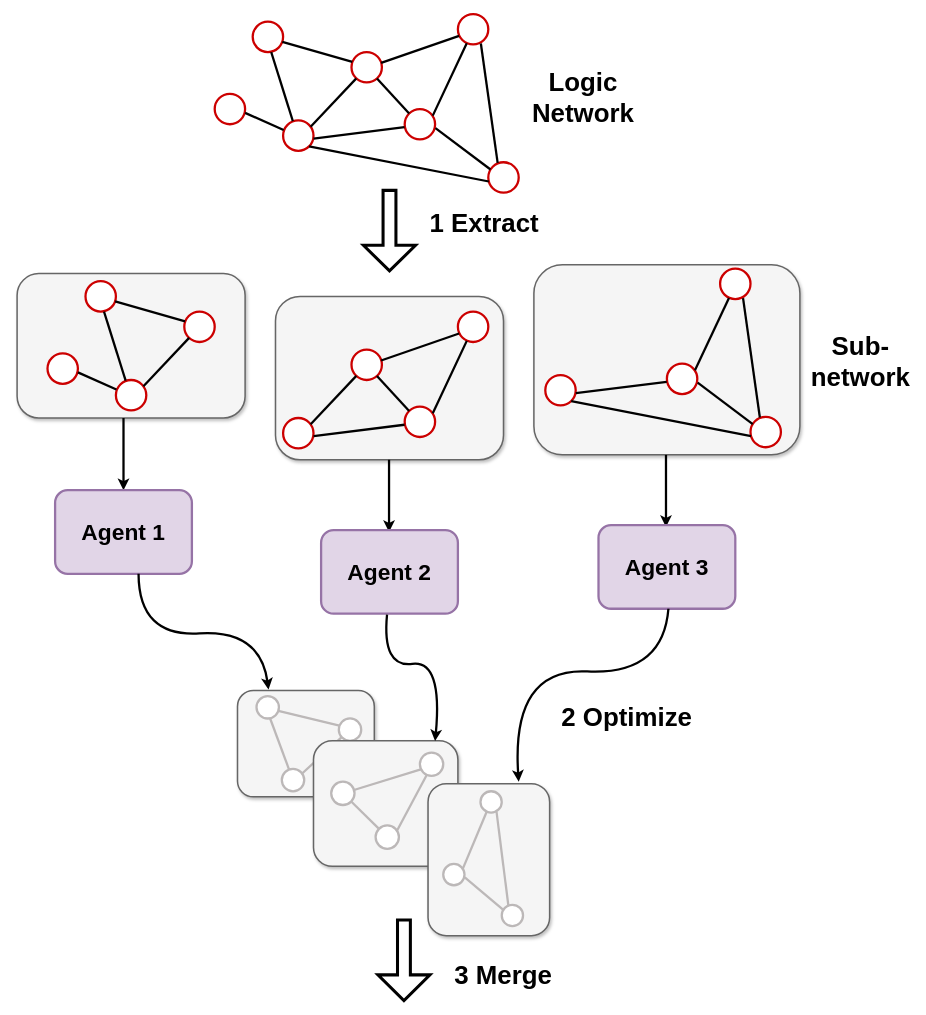
kxzhu0505/LogicSynOpt keeps this draw.io diagram as explorationEngine.drawio. Above is the earlier version. Source tidied: cells renumbered, new cells numbered last; positions are measured from the earlier drawing's top-left corner, leaving out a move shared by most shapes. Both pictures are drawn from the tidied source at 76%, with x=0, y=0 at pixel (17, 14).
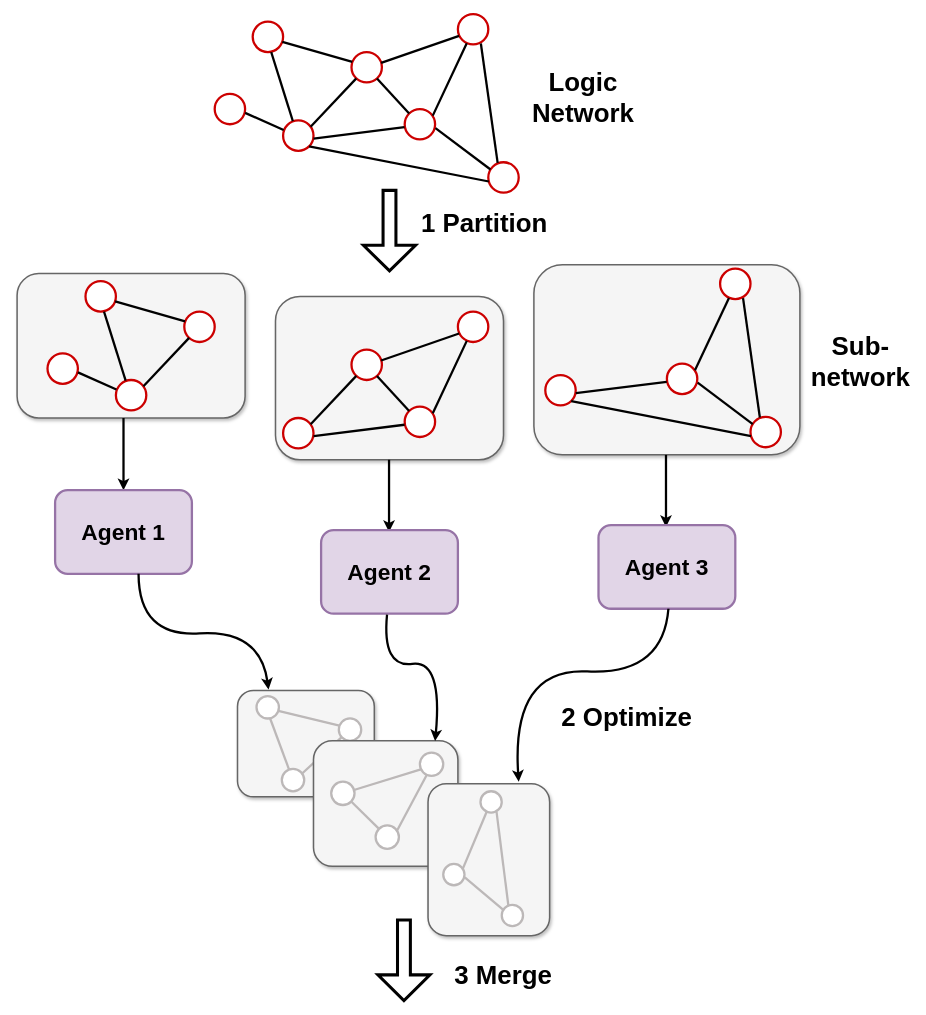
The same page after the edit.

What changed in the source:
```diff
@@
-    <mxCell id="51" value="&lt;b style=&quot;&quot;&gt;&lt;font style=&quot;font-size: 34px;&quot;&gt;1 Extract&lt;/font&gt;&lt;/b&gt;" style="text;html=1;align=center;verticalAlign=middle;whiteSpace=wrap;rounded=0;" parent="1" vertex="1">
+    <mxCell id="51" value="&lt;b style=&quot;&quot;&gt;&lt;font style=&quot;font-size: 34px;&quot;&gt;1 Partition&lt;/font&gt;&lt;/b&gt;" style="text;html=1;align=center;verticalAlign=middle;whiteSpace=wrap;rounded=0;" parent="1" vertex="1">
       <mxGeometry x="510" y="260" width="210" height="30" as="geometry" />
     </mxCell>
```
